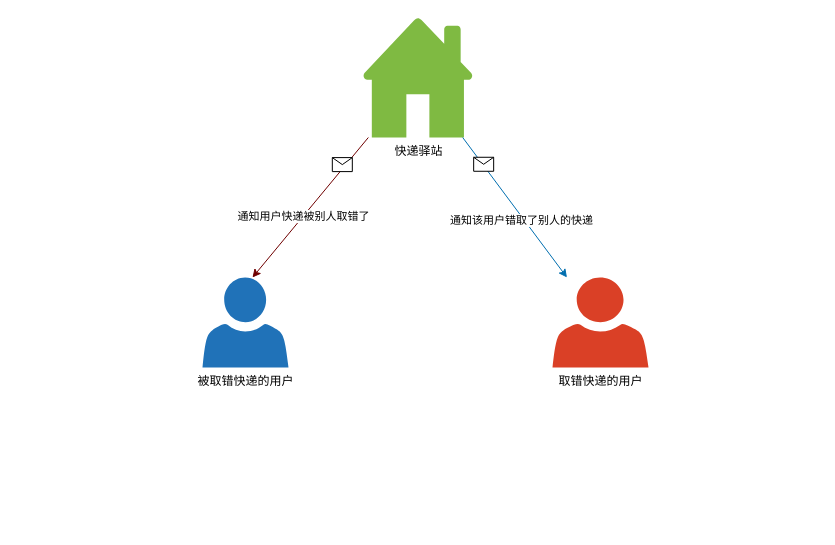
NaNBridge/CQUPT_Express_Management_System keeps this draw.io diagram as 说明文档/需求分析/快递驿站端需求分析.drawio. Above is the earlier version. Source tidied: cells renumbered, new cells numbered last; positions are measured from the earlier drawing's top-left corner, leaving out a move shared by most shapes. Both pictures are drawn from the tidied source at 100%, with x=0, y=0 at pixel (202, 17).
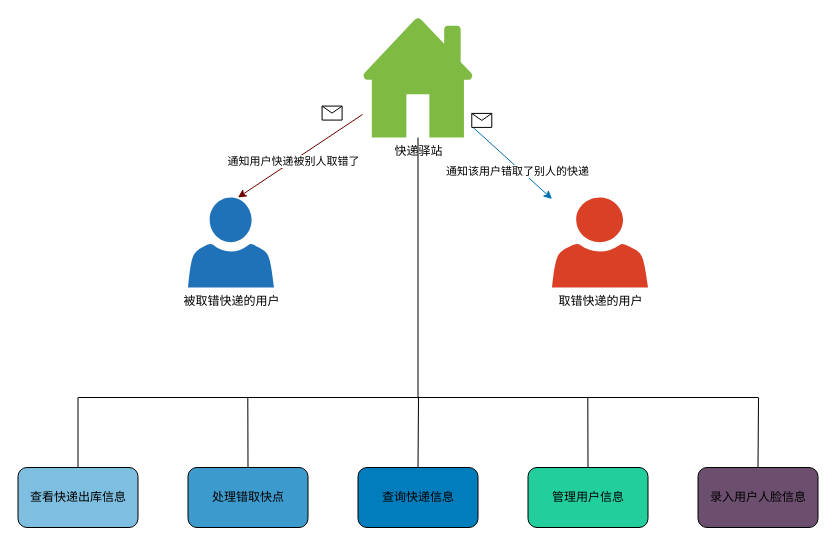
The same diagram, later.

The change refers to these unchanged cells:
```xml
<mxCell id="2" value="&lt;font color=&quot;#000000&quot;&gt;快递驿站&lt;/font&gt;" style="sketch=0;shadow=0;dashed=0;html=1;strokeColor=none;labelPosition=center;verticalLabelPosition=bottom;verticalAlign=top;outlineConnect=0;align=center;shape=mxgraph.office.concepts.home;fillColor=#7FBA42;" parent="1" vertex="1">
  <mxGeometry x="160" width="111" height="120" as="geometry" />
</mxCell>
```

Change to the diagram source:
```diff
@@
+    <mxCell id="11" style="edgeStyle=none;html=1;endArrow=none;endFill=0;" parent="1" edge="1" source="2">
+      <mxGeometry relative="1" as="geometry">
+        <mxPoint x="215.5" y="380" as="targetPoint" />
+      </mxGeometry>
+    </mxCell>
@@
     <mxCell id="3" value="&lt;font color=&quot;#000000&quot;&gt;取错快递的用户&lt;/font&gt;" style="sketch=0;shadow=0;dashed=0;html=1;strokeColor=none;labelPosition=center;verticalLabelPosition=bottom;verticalAlign=top;outlineConnect=0;align=center;shape=mxgraph.office.users.user;fillColor=#DA4026;" parent="1" vertex="1">
-      <mxGeometry x="350" y="260" width="96" height="90" as="geometry" />
+      <mxGeometry x="349.5" y="180" width="96" height="90" as="geometry" />
     </mxCell>
     <mxCell id="4" value="&lt;font color=&quot;#000000&quot;&gt;被取错快递的用户&lt;/font&gt;" style="sketch=0;shadow=0;dashed=0;html=1;strokeColor=none;labelPosition=center;verticalLabelPosition=bottom;verticalAlign=top;outlineConnect=0;align=center;shape=mxgraph.office.users.user;fillColor=#2072B8;" parent="1" vertex="1">
-      <mxGeometry y="260" width="86" height="90" as="geometry" />
+      <mxGeometry x="-14.5" y="180" width="86" height="90" as="geometry" />
     </mxCell>
@@
+    <mxCell id="12" style="edgeStyle=none;html=1;endArrow=none;endFill=0;" parent="1" edge="1" source="13">
+      <mxGeometry relative="1" as="geometry">
+        <mxPoint x="-124.5" y="380" as="targetPoint" />
+      </mxGeometry>
+    </mxCell>
+    <mxCell id="13" value="查看快递出库信息" style="rounded=1;whiteSpace=wrap;html=1;fillColor=#7ebee0;" parent="1" vertex="1">
+      <mxGeometry x="-184.5" y="450" width="120" height="60" as="geometry" />
+    </mxCell>
+    <mxCell id="14" style="edgeStyle=none;html=1;exitX=0.5;exitY=0;exitDx=0;exitDy=0;endArrow=none;endFill=0;" parent="1" edge="1" source="15">
+      <mxGeometry relative="1" as="geometry">
+        <mxPoint x="45.3" y="380" as="targetPoint" />
+      </mxGeometry>
+    </mxCell>
+    <mxCell id="15" value="处理错取快点" style="rounded=1;whiteSpace=wrap;html=1;fillColor=#3d9acc;" parent="1" vertex="1">
+      <mxGeometry x="-14.5" y="450" width="120" height="60" as="geometry" />
+    </mxCell>
+    <mxCell id="16" style="edgeStyle=none;html=1;exitX=0.5;exitY=0;exitDx=0;exitDy=0;endArrow=none;endFill=0;" parent="1" edge="1" source="17">
+      <mxGeometry relative="1" as="geometry">
+        <mxPoint x="216" y="380" as="targetPoint" />
+      </mxGeometry>
+    </mxCell>
+    <mxCell id="17" value="查询快递信息" style="rounded=1;whiteSpace=wrap;html=1;fillColor=#007dbc;" parent="1" vertex="1">
+      <mxGeometry x="155.5" y="450" width="120" height="60" as="geometry" />
+    </mxCell>
+    <mxCell id="18" style="edgeStyle=none;html=1;exitX=0.5;exitY=0;exitDx=0;exitDy=0;endArrow=none;endFill=0;" parent="1" edge="1" source="19">
+      <mxGeometry relative="1" as="geometry">
+        <mxPoint x="385.3" y="380" as="targetPoint" />
+      </mxGeometry>
+    </mxCell>
+    <mxCell id="19" value="管理用户信息" style="rounded=1;whiteSpace=wrap;html=1;fillColor=#21ce9c;" parent="1" vertex="1">
+      <mxGeometry x="325.5" y="450" width="120" height="60" as="geometry" />
+    </mxCell>
+    <mxCell id="20" style="edgeStyle=none;html=1;exitX=0.5;exitY=0;exitDx=0;exitDy=0;endArrow=none;endFill=0;" parent="1" edge="1" source="21">
+      <mxGeometry relative="1" as="geometry">
+        <mxPoint x="556" y="380" as="targetPoint" />
+      </mxGeometry>
+    </mxCell>
+    <mxCell id="21" value="录入用户人脸信息" style="rounded=1;whiteSpace=wrap;html=1;fillColor=#6c4e6f;" parent="1" vertex="1">
+      <mxGeometry x="495.5" y="450" width="120" height="60" as="geometry" />
+    </mxCell>
+    <mxCell id="22" style="endArrow=none;html=1;" parent="1" edge="1">
+      <mxGeometry relative="1" as="geometry">
+        <mxPoint x="-124.5" y="380" as="sourcePoint" />
+        <mxPoint x="555.5" y="380" as="targetPoint" />
+      </mxGeometry>
+    </mxCell>
```
